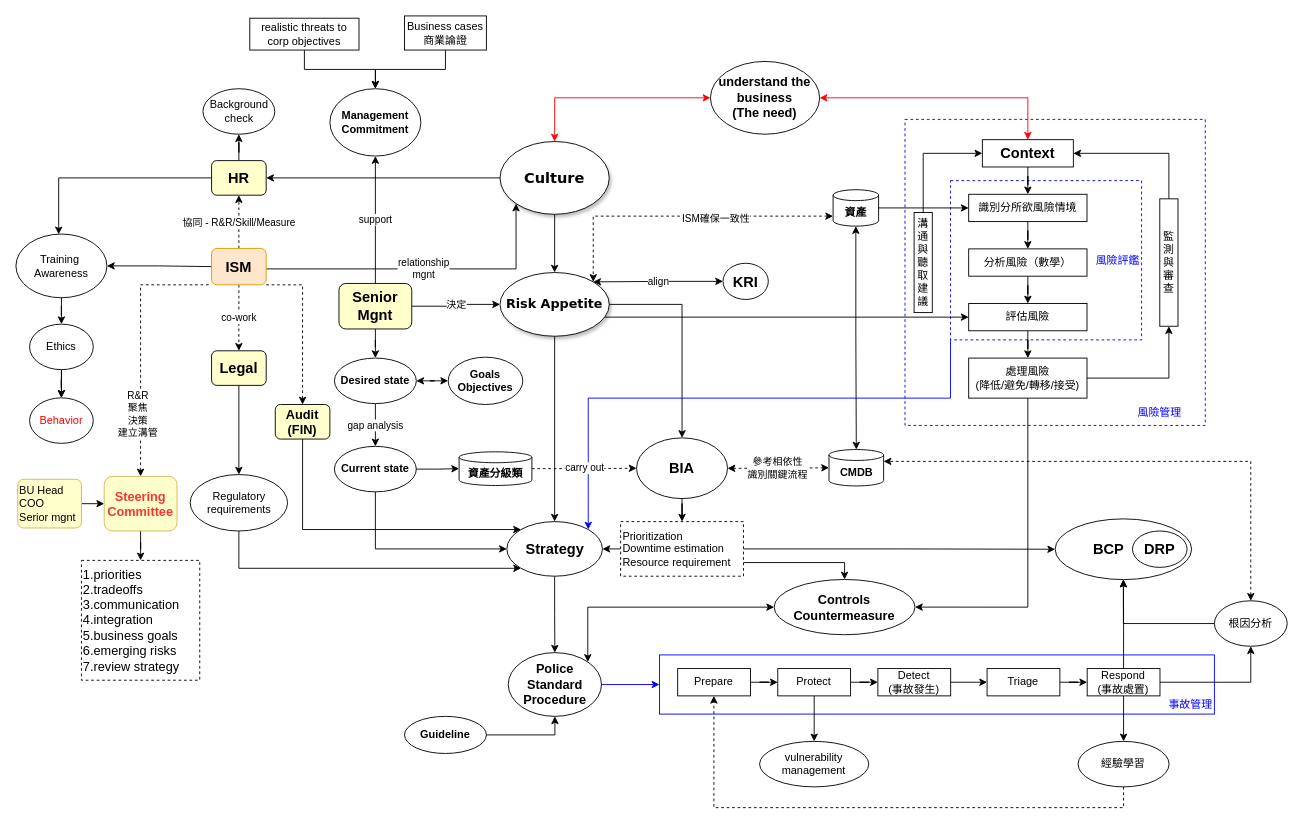
digipenguin/machinelearn-ndu keeps this draw.io diagram as Untitled Diagram.drawio. Above is the earlier version. Source tidied: cells renumbered, new cells numbered last; positions are measured from the earlier drawing's top-left corner, leaving out a move shared by most shapes. Both pictures are drawn from the tidied source at 91%, with x=0, y=0 at pixel (15, 15).
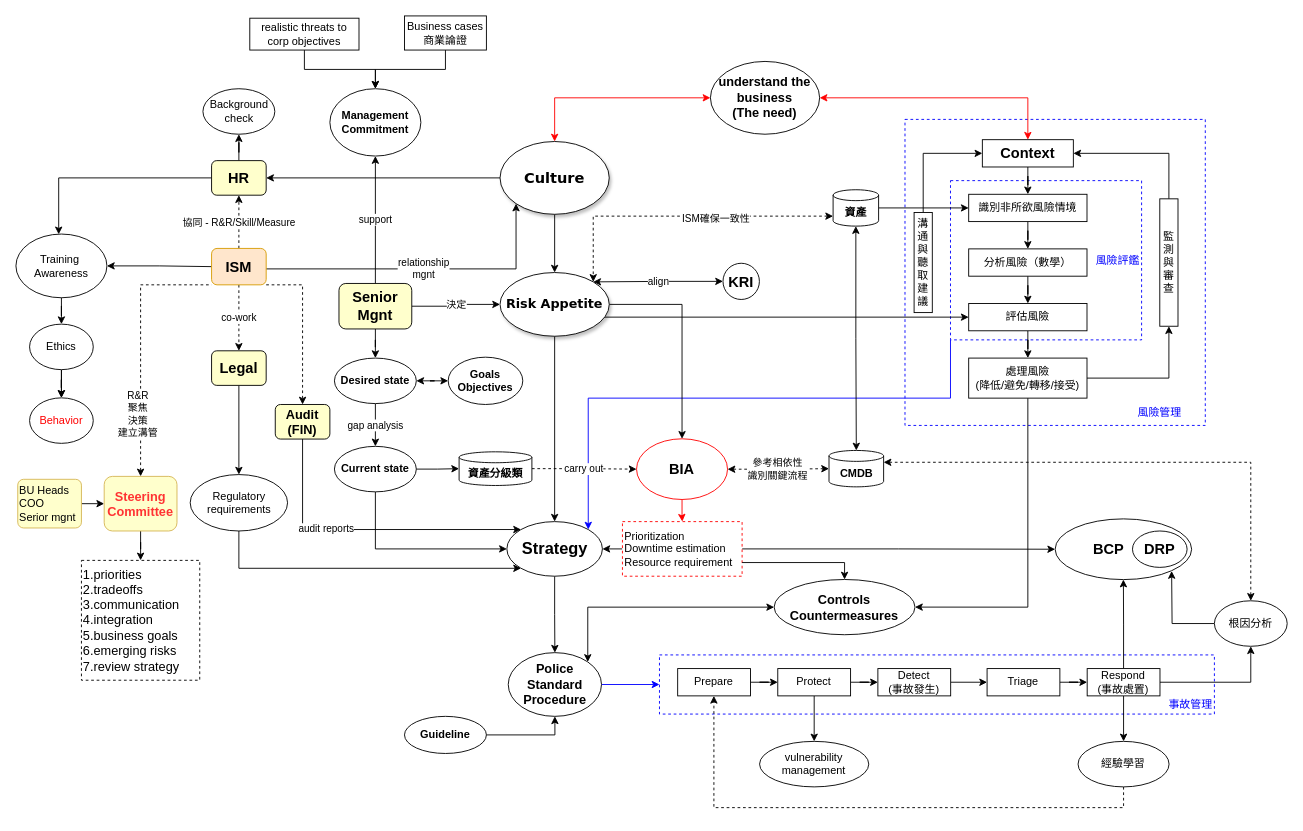
The same page after the edit.

Unchanged cells that the change refers to:
```xml
<mxCell id="70" value="&lt;blockquote style=&quot;margin: 0 0 0 40px ; border: none ; padding: 0px&quot;&gt;&lt;font style=&quot;font-size: 16px&quot;&gt;&lt;b&gt;BCP&lt;/b&gt;&lt;/font&gt;&lt;/blockquote&gt;" style="ellipse;whiteSpace=wrap;html=1;strokeColor=#000000;fillColor=#FFFFFF;align=left;" parent="1" vertex="1">
  <mxGeometry x="1142" y="552.7" width="150" height="66.7" as="geometry" />
</mxCell>
<mxCell id="84" value="根因分析" style="ellipse;whiteSpace=wrap;html=1;strokeColor=#000000;fillColor=#FFFFFF;" parent="1" vertex="1">
  <mxGeometry x="1317" y="642.7" width="80" height="50" as="geometry" />
</mxCell>
<mxCell id="117" style="edgeStyle=orthogonalEdgeStyle;rounded=0;jettySize=auto;html=1;entryX=0;entryY=0;entryDx=0;entryDy=0;" parent="1" edge="1" source="118" target="15">
  <mxGeometry relative="1" as="geometry">
    <Array as="points">
      <mxPoint x="315" y="564" />
    </Array>
  </mxGeometry>
</mxCell>
```

What changed in the source:
```diff
@@
-    <mxCell id="3" value="&lt;div&gt;&lt;span&gt;&lt;font color=&quot;#0000ff&quot;&gt;&lt;br&gt;&lt;/font&gt;&lt;/span&gt;&lt;/div&gt;&lt;div&gt;&lt;span&gt;&lt;font color=&quot;#0000ff&quot;&gt;&lt;br&gt;&lt;/font&gt;&lt;/span&gt;&lt;/div&gt;&lt;div&gt;&lt;span&gt;&lt;font color=&quot;#0000ff&quot;&gt;&lt;br&gt;&lt;/font&gt;&lt;/span&gt;&lt;/div&gt;&lt;div&gt;&lt;span&gt;&lt;font color=&quot;#0000ff&quot;&gt;事故管理&lt;/font&gt;&lt;/span&gt;&lt;/div&gt;" style="rounded=0;whiteSpace=wrap;html=1;fillColor=#FFFFFF;strokeColor=#0000FF;align=right;" parent="1" vertex="1">
+    <mxCell id="3" value="&lt;div&gt;&lt;span&gt;&lt;font color=&quot;#0000ff&quot;&gt;&lt;br&gt;&lt;/font&gt;&lt;/span&gt;&lt;/div&gt;&lt;div&gt;&lt;span&gt;&lt;font color=&quot;#0000ff&quot;&gt;&lt;br&gt;&lt;/font&gt;&lt;/span&gt;&lt;/div&gt;&lt;div&gt;&lt;span&gt;&lt;font color=&quot;#0000ff&quot;&gt;&lt;br&gt;&lt;/font&gt;&lt;/span&gt;&lt;/div&gt;&lt;div&gt;&lt;span&gt;&lt;font color=&quot;#0000ff&quot;&gt;事故管理&lt;/font&gt;&lt;/span&gt;&lt;/div&gt;" style="rounded=0;whiteSpace=wrap;html=1;fillColor=#FFFFFF;strokeColor=#0000FF;align=right;dashed=1;" parent="1" vertex="1">
       <mxGeometry x="707.2" y="702.2" width="609.8" height="65" as="geometry" />
     </mxCell>
@@
-    <mxCell id="15" value="&lt;b&gt;&lt;font style=&quot;font-size: 16px&quot;&gt;Strategy&lt;/font&gt;&lt;/b&gt;" style="ellipse;whiteSpace=wrap;html=1;" parent="1" vertex="1">
+    <mxCell id="15" value="&lt;b&gt;&lt;font style=&quot;font-size: 18px&quot;&gt;Strategy&lt;/font&gt;&lt;/b&gt;" style="ellipse;whiteSpace=wrap;html=1;" parent="1" vertex="1">
       <mxGeometry x="539.5" y="555.7" width="105" height="60" as="geometry" />
     </mxCell>
@@
-    <mxCell id="36" value="識別分所欲風險情境" style="rounded=0;whiteSpace=wrap;html=1;fillColor=#FFFFFF;" parent="1" vertex="1">
+    <mxCell id="36" value="識別非所欲風險情境" style="rounded=0;whiteSpace=wrap;html=1;fillColor=#FFFFFF;" parent="1" vertex="1">
       <mxGeometry x="1047" y="196" width="130" height="30" as="geometry" />
     </mxCell>
@@
-    <mxCell id="62" style="edgeStyle=orthogonalEdgeStyle;rounded=0;jettySize=auto;html=1;startArrow=none;startFill=0;endArrow=classic;endFill=1;" parent="1" edge="1" source="63" target="69">
+    <mxCell id="62" style="edgeStyle=orthogonalEdgeStyle;rounded=0;jettySize=auto;html=1;startArrow=none;startFill=0;endArrow=classic;endFill=1;strokeColor=#FF0000;" parent="1" edge="1" source="63" target="69">
       <mxGeometry relative="1" as="geometry" />
     </mxCell>
-    <mxCell id="63" value="&lt;font style=&quot;font-size: 16px&quot;&gt;&lt;b&gt;BIA&lt;/b&gt;&lt;/font&gt;" style="ellipse;whiteSpace=wrap;html=1;strokeColor=#000000;fillColor=#FFFFFF;" parent="1" vertex="1">
-      <mxGeometry x="682" y="463.7" width="100" height="66.7" as="geometry" />
+    <mxCell id="63" value="&lt;font style=&quot;font-size: 16px&quot;&gt;&lt;b&gt;BIA&lt;/b&gt;&lt;/font&gt;" style="ellipse;whiteSpace=wrap;html=1;fillColor=#FFFFFF;strokeColor=#FF0000;" parent="1" vertex="1">
+      <mxGeometry x="682" y="464.7" width="100" height="66.7" as="geometry" />
     </mxCell>
@@
     <mxCell id="66" value="&lt;b&gt;CMDB&lt;/b&gt;" style="shape=cylinder3;whiteSpace=wrap;html=1;boundedLbl=1;backgroundOutline=1;size=6;fillColor=#FFFFFF;" parent="1" vertex="1">
-      <mxGeometry x="893.5" y="476.5" width="60" height="40" as="geometry" />
+      <mxGeometry x="893.5" y="477.5" width="60" height="40" as="geometry" />
     </mxCell>
@@
-    <mxCell id="69" value="&lt;span&gt;Prioritization&lt;/span&gt;&lt;br&gt;&lt;span&gt;Downtime estimation&lt;br&gt;Resource requirement&lt;br&gt;&lt;/span&gt;" style="rounded=0;whiteSpace=wrap;html=1;strokeColor=#000000;fillColor=#FFFFFF;align=left;dashed=1;" parent="1" vertex="1">
-      <mxGeometry x="664.5" y="555.7" width="135" height="60" as="geometry" />
+    <mxCell id="69" value="&lt;span&gt;Prioritization&lt;/span&gt;&lt;br&gt;&lt;span&gt;Downtime estimation&lt;br&gt;Resource requirement&lt;br&gt;&lt;/span&gt;" style="rounded=0;whiteSpace=wrap;html=1;fillColor=#FFFFFF;align=left;dashed=1;strokeColor=#FF0000;" parent="1" vertex="1">
+      <mxGeometry x="666.5" y="555.7" width="131.5" height="60" as="geometry" />
     </mxCell>
@@
-    <mxCell id="82" style="edgeStyle=orthogonalEdgeStyle;rounded=0;jettySize=auto;html=1;entryX=0.5;entryY=1;entryDx=0;entryDy=0;startArrow=none;startFill=0;endArrow=classic;endFill=1;" parent="1" edge="1" source="84" target="70">
-      <mxGeometry relative="1" as="geometry" />
+    <mxCell id="82" style="edgeStyle=orthogonalEdgeStyle;rounded=0;jettySize=auto;html=1;startArrow=none;startFill=0;endArrow=classic;endFill=1;" parent="1" edge="1" source="84">
+      <mxGeometry relative="1" as="geometry">
+        <mxPoint x="1270" y="610" as="targetPoint" />
+      </mxGeometry>
     </mxCell>
@@
-    <mxCell id="93" value="&lt;b&gt;&lt;font style=&quot;font-size: 14px&quot;&gt;Controls&lt;br&gt;Countermeasure&lt;br&gt;&lt;/font&gt;&lt;/b&gt;" style="ellipse;whiteSpace=wrap;html=1;strokeColor=#000000;fillColor=none;gradientColor=none;" parent="1" vertex="1">
+    <mxCell id="93" value="&lt;b&gt;&lt;font style=&quot;font-size: 14px&quot;&gt;Controls&lt;br&gt;Countermeasures&lt;br&gt;&lt;/font&gt;&lt;/b&gt;" style="ellipse;whiteSpace=wrap;html=1;strokeColor=#000000;fillColor=none;gradientColor=none;" parent="1" vertex="1">
       <mxGeometry x="833.2" y="619.3" width="154.8" height="60.7" as="geometry" />
     </mxCell>
@@
+    <mxCell id="123" value="audit reports" style="edgeLabel;html=1;align=center;verticalAlign=middle;" parent="117" vertex="1">
+      <mxGeometry x="-0.27" y="1" relative="1" as="geometry">
+        <mxPoint x="1" as="offset" />
+      </mxGeometry>
+    </mxCell>
@@
-    <mxCell id="120" value="&lt;blockquote style=&quot;margin: 0 0 0 40px ; border: none ; padding: 0px&quot;&gt;&lt;/blockquote&gt;&lt;span&gt;BU Head&lt;/span&gt;&lt;br&gt;&lt;blockquote style=&quot;margin: 0 0 0 40px ; border: none ; padding: 0px&quot;&gt;&lt;/blockquote&gt;&lt;span&gt;COO&lt;/span&gt;&lt;br&gt;Serior mgnt" style="rounded=1;whiteSpace=wrap;html=1;align=left;arcSize=12;strokeColor=#d6b656;fillColor=#FFFFCC;" parent="1" vertex="1">
+    <mxCell id="120" value="&lt;blockquote style=&quot;margin: 0 0 0 40px ; border: none ; padding: 0px&quot;&gt;&lt;/blockquote&gt;&lt;span&gt;BU Heads&lt;/span&gt;&lt;br&gt;&lt;blockquote style=&quot;margin: 0 0 0 40px ; border: none ; padding: 0px&quot;&gt;&lt;/blockquote&gt;&lt;span&gt;COO&lt;/span&gt;&lt;br&gt;Serior mgnt" style="rounded=1;whiteSpace=wrap;html=1;align=left;arcSize=12;strokeColor=#d6b656;fillColor=#FFFFCC;" parent="1" vertex="1">
       <mxGeometry x="2" y="509.2" width="70" height="53.5" as="geometry" />
     </mxCell>
@@
     <mxCell id="122" value="&lt;b&gt;&lt;font style=&quot;font-size: 16px&quot;&gt;KRI&lt;/font&gt;&lt;/b&gt;" style="ellipse;whiteSpace=wrap;html=1;fillColor=#FFFFFF;" parent="1" vertex="1">
-      <mxGeometry x="777" y="271.8" width="49.8" height="39.8" as="geometry" />
+      <mxGeometry x="777" y="271.8" width="40" height="39.8" as="geometry" />
     </mxCell>
```
